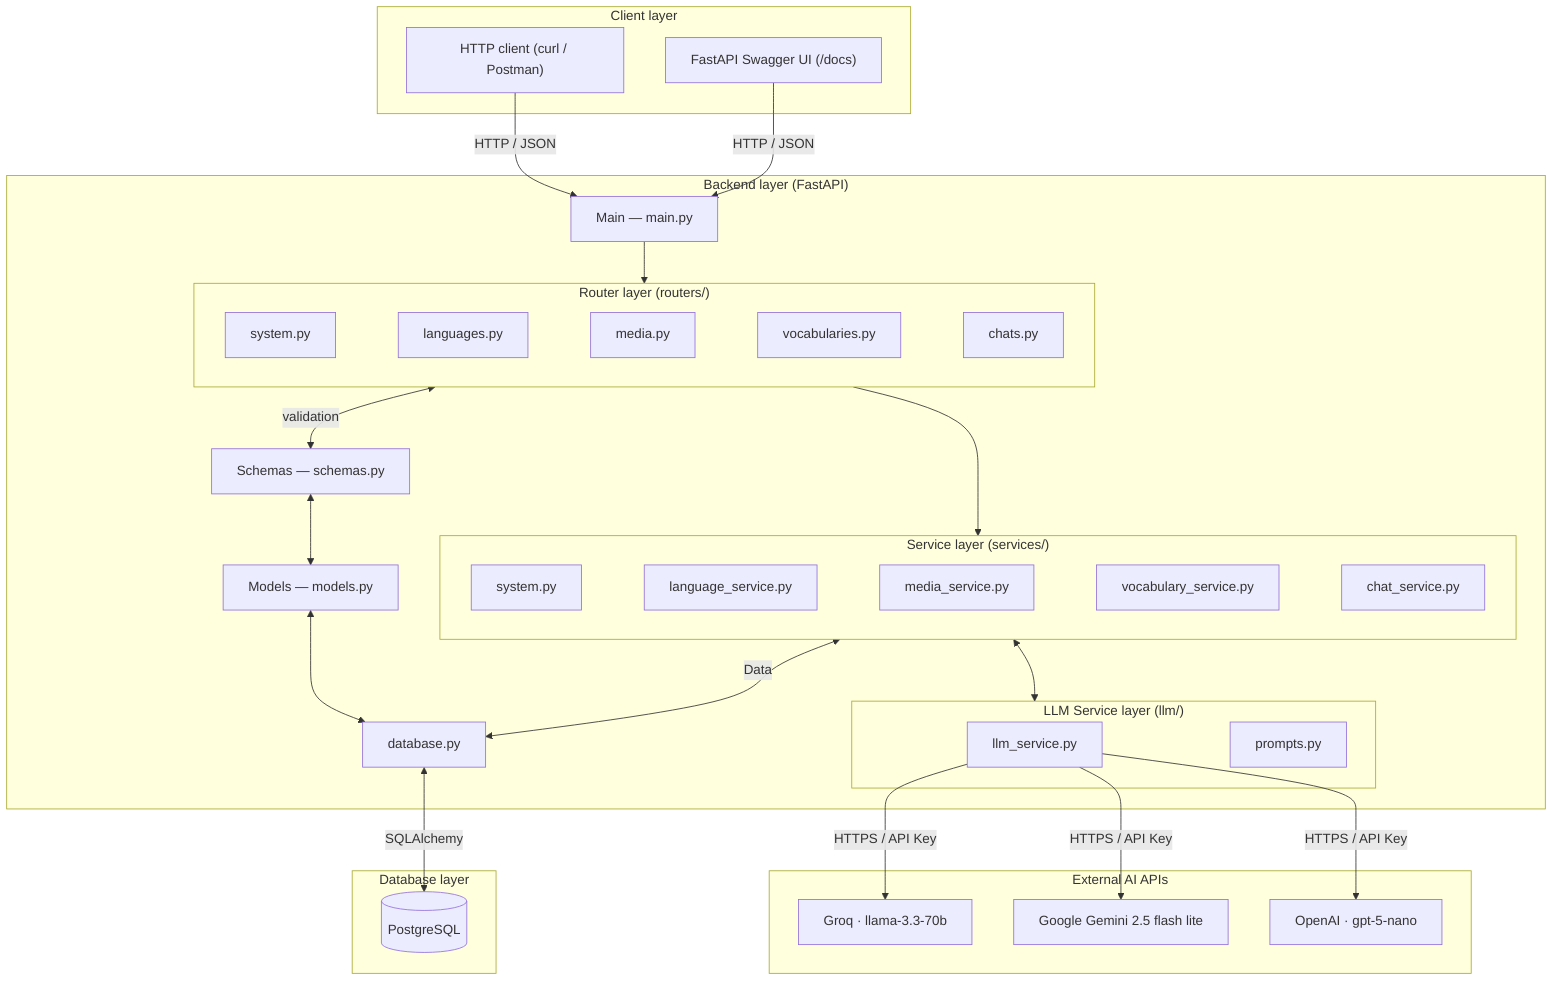
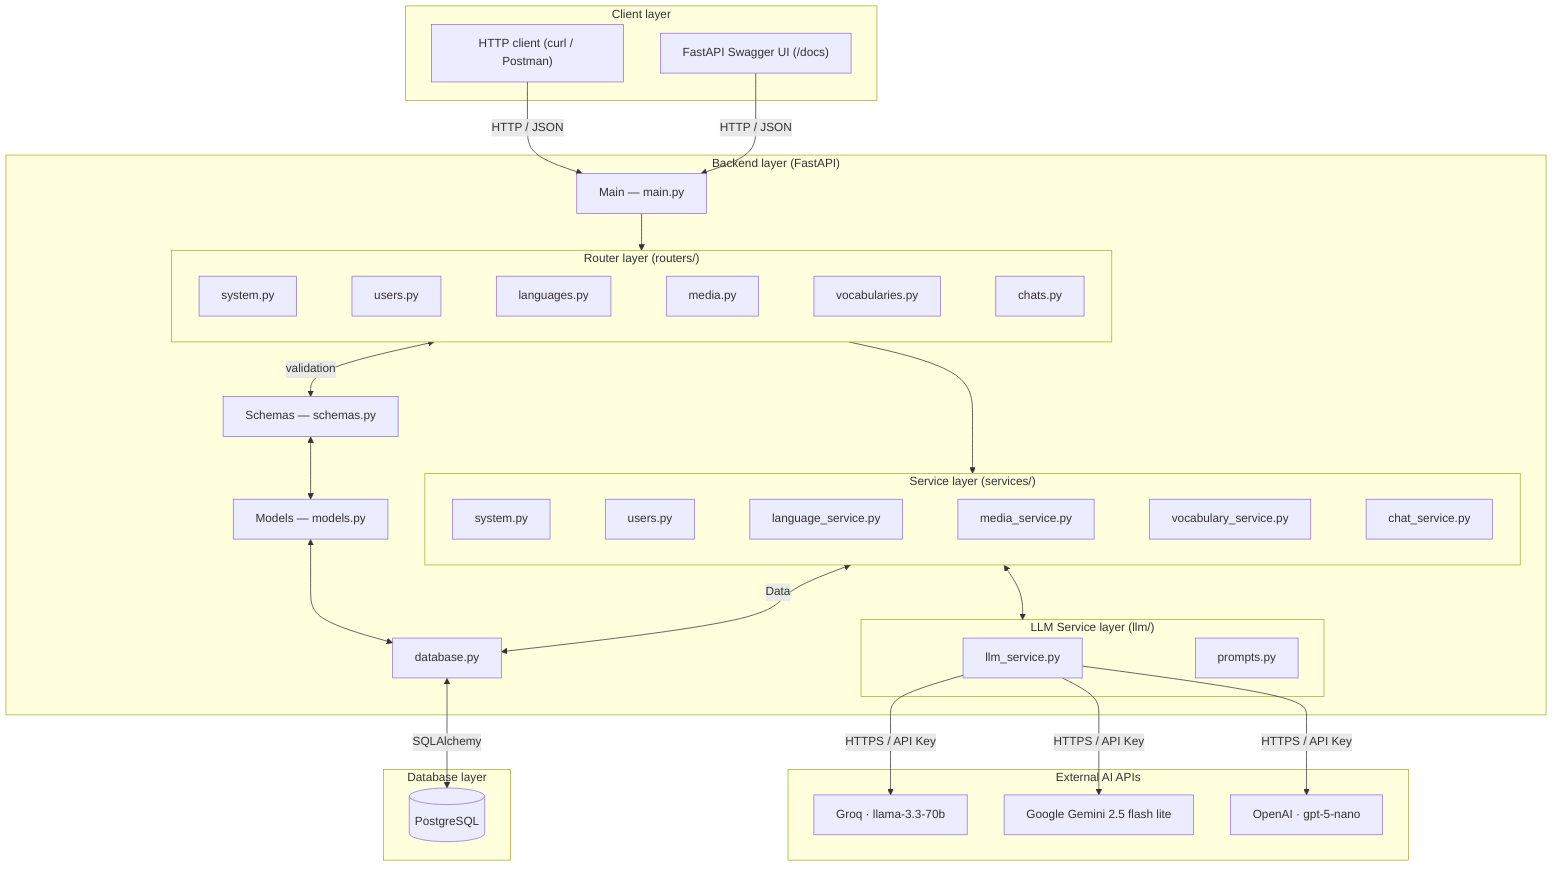
graph TB
    subgraph Client["Client layer"]
        HTTP["HTTP client (curl / Postman)"]
        Swagger["FastAPI Swagger UI (/docs)"]
    end

    subgraph Backend["Backend layer (FastAPI)"]
        Controller["Main — main.py"]
        Schemas["Schemas — schemas.py"]
        Models["Models — models.py"]
        Database["database.py"]

        subgraph Routers["Router layer (routers/)"]
            direction LR
            SystemRouter["system.py"]
+             UserRouter["users.py"]
            LanguageRouter["languages.py"]
            MediaRouter["media.py"]
            VocabRouter["vocabularies.py"]
            ChatRouter["chats.py"]
-             SystemRouter ~~~ LanguageRouter
+             SystemRouter ~~~ UserRouter
+             UserRouter  ~~~ LanguageRouter
            LanguageRouter ~~~ MediaRouter
            MediaRouter ~~~ VocabRouter
            VocabRouter ~~~ ChatRouter
        end

        subgraph Services["Service layer (services/)"]
            direction LR
            System["system.py"]
+             Users["users.py"]
            Language["language_service.py"]
            Media["media_service.py"]
            Vocab["vocabulary_service.py"]
            Chat["chat_service.py"]
-             System ~~~ Language
+             System ~~~ Users
+             Users ~~~ Language
            Language ~~~ Media
            Media ~~~ Vocab
            Vocab ~~~ Chat
        end
        subgraph LLMServices["LLM Service layer (llm/)"]
            LLM["llm_service.py"]
            Prompts["prompts.py"]
        end

        Controller --> Routers
        Routers <-->|validation| Schemas
        Services <-->|Data| Database
        Routers --> Services
        Services <--> LLMServices
    end

    subgraph DB["Database layer"]
        Postgres[("PostgreSQL")]
    end

    subgraph AI["External AI APIs"]
        Groq["Groq · llama-3.3-70b"]
        Gemini["Google Gemini 2.5 flash lite"]
        OpenAI["OpenAI · gpt-5-nano"]
    end

    HTTP -->|HTTP / JSON| Controller
    Swagger -->|HTTP / JSON| Controller
    LLM -->|HTTPS / API Key| Groq
    LLM -->|HTTPS / API Key| Gemini
    LLM -->|HTTPS / API Key| OpenAI
    Schemas <--> Models
    Models <--> Database
    Database <-->|SQLAlchemy| Postgres

